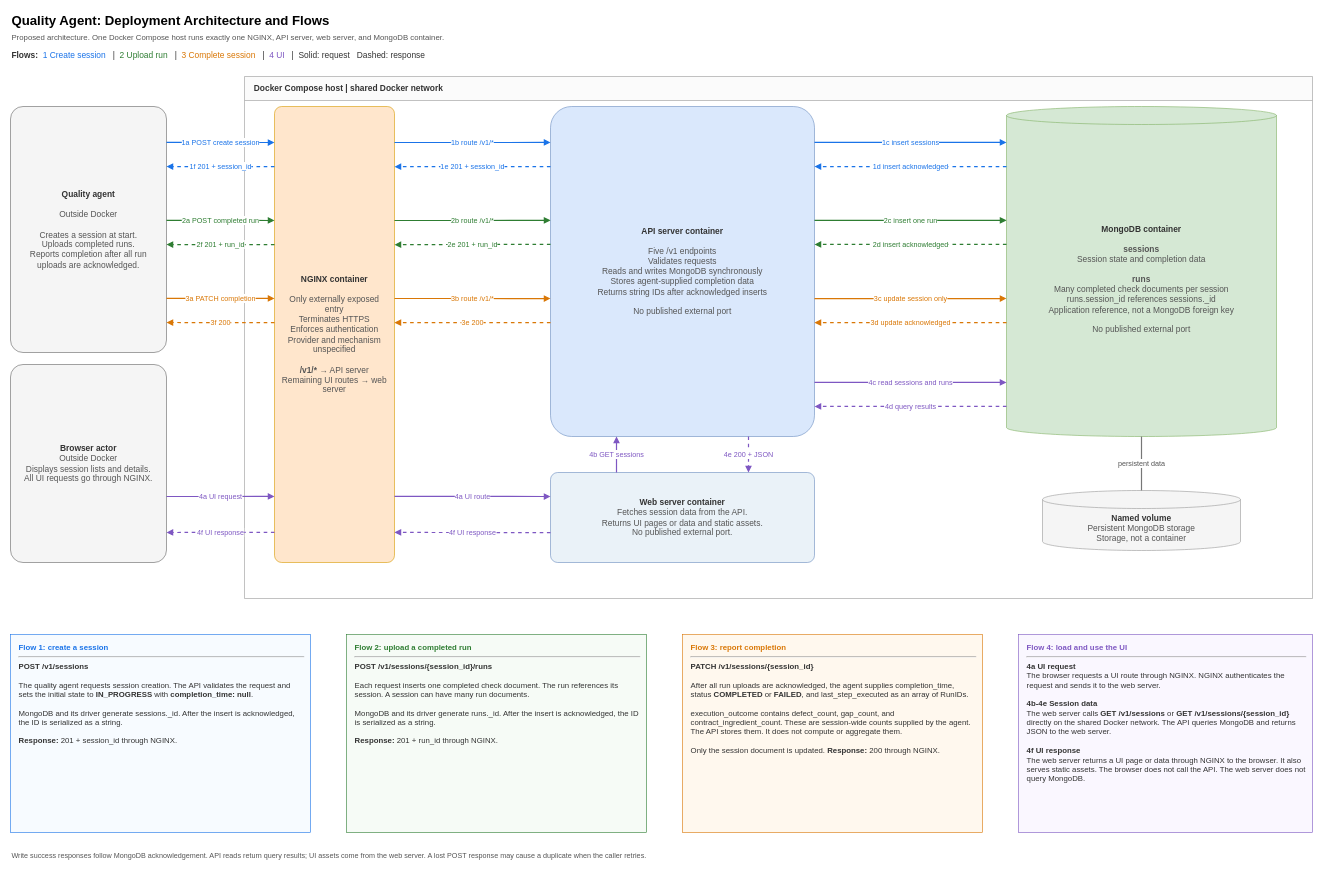
Above: page "2. Deployment Architecture and Flows" (2 of 2) of docs/architecture/quality-agent-architecture.drawio in pradeep-ganesh-21/quality-agent-service (draw.io), before the change. Source tidied: cells renumbered, new cells numbered last; positions are measured from the earlier drawing's top-left corner, leaving out a move shared by most shapes. Both pictures are drawn from the tidied source at 60%, with x=0, y=0 at pixel (10, 10).
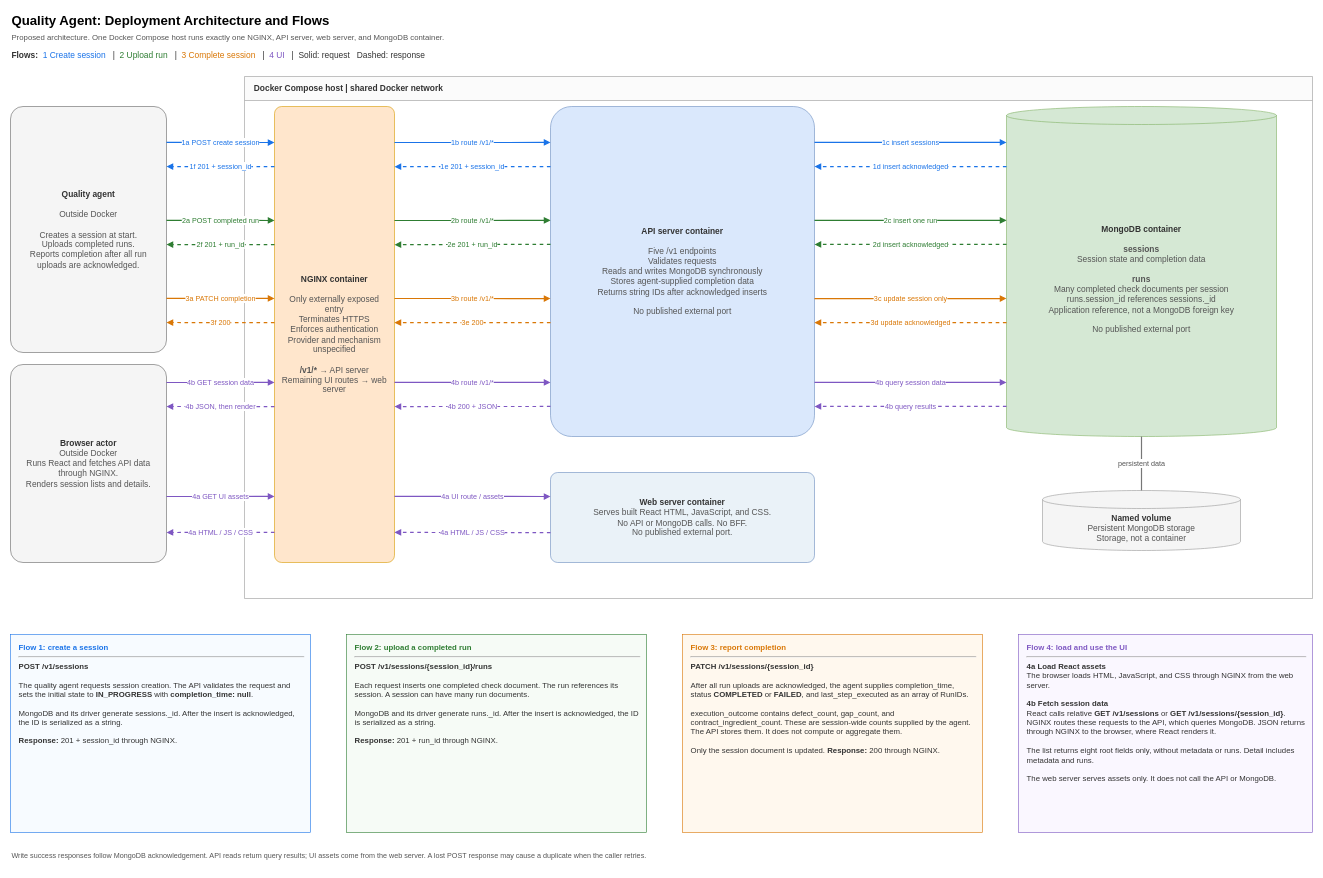
Above is the later version.

Commit message (it also covers changes not shown here):
Updated docs to make frontend directly query API servers for the necessary documents instead of implementing a BFF

Unchanged cells that the change refers to:
```xml
<mxCell id="8" value="&lt;b&gt;NGINX container&lt;/b&gt;&lt;br&gt;&lt;br&gt;&lt;font color=&quot;#555555&quot;&gt;Only externally exposed entry&lt;br&gt;Terminates HTTPS&lt;br&gt;Enforces authentication&lt;br&gt;Provider and mechanism unspecified&lt;br&gt;&lt;br&gt;&lt;b&gt;/v1/*&lt;/b&gt; → API server&lt;br&gt;Remaining UI routes → web server&lt;/font&gt;" style="rounded=1;whiteSpace=wrap;html=1;fillColor=#ffe6cc;strokeColor=#d79b00;align=center;verticalAlign=middle;fontSize=14;arcSize=6;fontColor=#333333;fontFamily=Helvetica;shadow=0;spacing=12;" parent="1" vertex="1">
  <mxGeometry x="440" y="160" width="200" height="760" as="geometry" />
</mxCell>
<mxCell id="9" value="&lt;b&gt;API server container&lt;/b&gt;&lt;br&gt;&lt;br&gt;&lt;font color=&quot;#555555&quot;&gt;Five /v1 endpoints&lt;br&gt;Validates requests&lt;br&gt;Reads and writes MongoDB synchronously&lt;br&gt;Stores agent-supplied completion data&lt;br&gt;Returns string IDs after acknowledged inserts&lt;br&gt;&lt;br&gt;No published external port&lt;/font&gt;" style="rounded=1;whiteSpace=wrap;html=1;fillColor=#dae8fc;strokeColor=#6c8ebf;align=center;verticalAlign=middle;fontSize=14;arcSize=8;fontColor=#333333;fontFamily=Helvetica;shadow=0;spacing=12;" parent="1" vertex="1">
  <mxGeometry x="900" y="160" width="440" height="550" as="geometry" />
</mxCell>
<mxCell id="10" value="&lt;b&gt;MongoDB container&lt;/b&gt;&lt;br&gt;&lt;br&gt;&lt;font color=&quot;#555555&quot;&gt;&lt;b&gt;sessions&lt;/b&gt;&lt;br&gt;Session state and completion data&lt;br&gt;&lt;br&gt;&lt;b&gt;runs&lt;/b&gt;&lt;br&gt;Many completed check documents per session&lt;br&gt;runs.session_id references sessions._id&lt;br&gt;Application reference, not a MongoDB foreign key&lt;br&gt;&lt;br&gt;No published external port&lt;/font&gt;" style="shape=cylinder3;boundedLbl=1;backgroundOutline=1;size=15;whiteSpace=wrap;html=1;fillColor=#d5e8d4;strokeColor=#82b366;align=center;verticalAlign=middle;fontSize=14;fontColor=#333333;fontFamily=Helvetica;shadow=0;spacing=12;" parent="1" vertex="1">
  <mxGeometry x="1660" y="160" width="450" height="550" as="geometry" />
</mxCell>
```

Change to the diagram source:
```diff
@@
-    <mxCell id="7" value="&lt;b&gt;Browser actor&lt;/b&gt;&lt;br&gt;&lt;font color=&quot;#555555&quot;&gt;Outside Docker&lt;br&gt;Displays session lists and details.&lt;br&gt;All UI requests go through NGINX.&lt;/font&gt;" style="rounded=1;whiteSpace=wrap;html=1;fillColor=#f5f5f5;strokeColor=#666666;align=center;verticalAlign=middle;fontSize=14;arcSize=8;fontColor=#333333;fontFamily=Helvetica;shadow=0;spacing=10;" parent="1" vertex="1">
+    <mxCell id="7" value="&lt;b&gt;Browser actor&lt;/b&gt;&lt;br&gt;&lt;font color=&quot;#555555&quot;&gt;Outside Docker&lt;br&gt;Runs React and fetches API data through NGINX.&lt;br&gt;Renders session lists and details.&lt;/font&gt;" style="rounded=1;whiteSpace=wrap;html=1;fillColor=#f5f5f5;strokeColor=#666666;align=center;verticalAlign=middle;fontSize=14;arcSize=8;fontColor=#333333;fontFamily=Helvetica;shadow=0;spacing=10;" parent="1" vertex="1">
       <mxGeometry y="590" width="260" height="330" as="geometry" />
     </mxCell>
@@
-    <mxCell id="11" value="&lt;b&gt;Web server container&lt;/b&gt;&lt;br&gt;&lt;font color=&quot;#555555&quot;&gt;Fetches session data from the API.&lt;br&gt;Returns UI pages or data and static assets.&lt;br&gt;No published external port.&lt;/font&gt;" style="rounded=1;whiteSpace=wrap;html=1;fillColor=#eaf2f8;strokeColor=#6c8ebf;align=center;verticalAlign=middle;fontSize=14;arcSize=8;fontColor=#333333;fontFamily=Helvetica;shadow=0;spacing=10;" parent="1" vertex="1">
+    <mxCell id="11" value="&lt;b&gt;Web server container&lt;/b&gt;&lt;br&gt;&lt;font color=&quot;#555555&quot;&gt;Serves built React HTML, JavaScript, and CSS.&lt;br&gt;No API or MongoDB calls. No BFF.&lt;br&gt;No published external port.&lt;/font&gt;" style="rounded=1;whiteSpace=wrap;html=1;fillColor=#eaf2f8;strokeColor=#6c8ebf;align=center;verticalAlign=middle;fontSize=14;arcSize=8;fontColor=#333333;fontFamily=Helvetica;shadow=0;spacing=10;" parent="1" vertex="1">
       <mxGeometry x="900" y="770" width="440" height="150" as="geometry" />
     </mxCell>
@@
-    <mxCell id="16" value="&lt;b&gt;&lt;font color=&quot;#7e57c2&quot;&gt;Flow 4: load and use the UI&lt;/font&gt;&lt;/b&gt;&lt;hr&gt;&lt;b&gt;4a UI request&lt;/b&gt;&lt;br&gt;The browser requests a UI route through NGINX. NGINX authenticates the request and sends it to the web server.&lt;br&gt;&lt;br&gt;&lt;b&gt;4b-4e Session data&lt;/b&gt;&lt;br&gt;The web server calls &lt;b&gt;GET /v1/sessions&lt;/b&gt; or &lt;b&gt;GET /v1/sessions/{session_id}&lt;/b&gt; directly on the shared Docker network. The API queries MongoDB and returns JSON to the web server.&lt;br&gt;&lt;br&gt;&lt;b&gt;4f UI response&lt;/b&gt;&lt;br&gt;The web server returns a UI page or data through NGINX to the browser. It also serves static assets. The browser does not call the API. The web server does not query MongoDB." style="rounded=0;whiteSpace=wrap;html=1;fillColor=#faf7ff;strokeColor=#7e57c2;align=left;verticalAlign=top;spacingLeft=12;spacingRight=10;spacingTop=8;fontSize=13;fontColor=#333333;fontFamily=Helvetica;shadow=0;" parent="1" vertex="1">
+    <mxCell id="16" value="&lt;b&gt;&lt;font color=&quot;#7e57c2&quot;&gt;Flow 4: load and use the UI&lt;/font&gt;&lt;/b&gt;&lt;hr&gt;&lt;b&gt;4a Load React assets&lt;/b&gt;&lt;br&gt;The browser loads HTML, JavaScript, and CSS through NGINX from the web server.&lt;br&gt;&lt;br&gt;&lt;b&gt;4b Fetch session data&lt;/b&gt;&lt;br&gt;React calls relative &lt;b&gt;GET /v1/sessions&lt;/b&gt; or &lt;b&gt;GET /v1/sessions/{session_id}&lt;/b&gt;. NGINX routes these requests to the API, which queries MongoDB. JSON returns through NGINX to the browser, where React renders it.&lt;br&gt;&lt;br&gt;The list returns eight root fields only, without metadata or runs. Detail includes metadata and runs.&lt;br&gt;&lt;br&gt;The web server serves assets only. It does not call the API or MongoDB." style="rounded=0;whiteSpace=wrap;html=1;fillColor=#faf7ff;strokeColor=#7e57c2;align=left;verticalAlign=top;spacingLeft=12;spacingRight=10;spacingTop=8;fontSize=13;fontColor=#333333;fontFamily=Helvetica;shadow=0;" parent="1" vertex="1">
       <mxGeometry x="1680" y="1040" width="490" height="330" as="geometry" />
     </mxCell>
@@
-    <mxCell id="36" value="4b GET sessions" style="edgeStyle=orthogonalEdgeStyle;rounded=0;html=1;fontSize=12;labelBackgroundColor=#ffffff;strokeColor=#7e57c2;strokeWidth=2;exitX=0.25;exitY=0;entryX=0.25;entryY=1;endArrow=block;endFill=1;fontColor=#7e57c2;fontFamily=Helvetica;shadow=0;" parent="1" edge="1" source="11" target="9">
-      <mxGeometry relative="1" as="geometry" />
-    </mxCell>
+    <mxCell id="45" value="4b GET session data" style="edgeStyle=orthogonalEdgeStyle;rounded=0;html=1;fontSize=12;labelBackgroundColor=#ffffff;strokeColor=#7e57c2;strokeWidth=2;exitX=1;exitY=0.0909;entryX=0;entryY=0.605;endArrow=block;endFill=1;fontColor=#7e57c2;fontFamily=Helvetica;shadow=0;" parent="1" edge="1" source="7" target="8">
+      <mxGeometry relative="1" as="geometry" />
+    </mxCell>
+    <mxCell id="46" value="4b route /v1/*" style="edgeStyle=orthogonalEdgeStyle;rounded=0;html=1;fontSize=12;labelBackgroundColor=#ffffff;strokeColor=#7e57c2;strokeWidth=2;exitX=1;exitY=0.605;entryX=0;entryY=0.836;endArrow=block;endFill=1;fontColor=#7e57c2;fontFamily=Helvetica;shadow=0;" parent="1" edge="1" source="8" target="9">
+      <mxGeometry relative="1" as="geometry" />
+    </mxCell>
-    <mxCell id="37" value="4c read sessions and runs" style="edgeStyle=orthogonalEdgeStyle;rounded=0;html=1;fontSize=12;labelBackgroundColor=#ffffff;strokeColor=#7e57c2;strokeWidth=2;exitX=1;exitY=0.836;entryX=0;entryY=0.836;endArrow=block;endFill=1;fontColor=#7e57c2;fontFamily=Helvetica;shadow=0;" parent="1" edge="1" source="9" target="10">
+    <mxCell id="37" value="4b query session data" style="edgeStyle=orthogonalEdgeStyle;rounded=0;html=1;fontSize=12;labelBackgroundColor=#ffffff;strokeColor=#7e57c2;strokeWidth=2;exitX=1;exitY=0.836;entryX=0;entryY=0.836;endArrow=block;endFill=1;fontColor=#7e57c2;fontFamily=Helvetica;shadow=0;" parent="1" edge="1" source="9" target="10">
       <mxGeometry relative="1" as="geometry" />
     </mxCell>
-    <mxCell id="38" value="4d query results" style="edgeStyle=orthogonalEdgeStyle;rounded=0;html=1;fontSize=12;labelBackgroundColor=#ffffff;strokeColor=#7e57c2;strokeWidth=2;dashed=1;exitX=0;exitY=0.909;entryX=1;entryY=0.909;endArrow=block;endFill=1;fontColor=#7e57c2;fontFamily=Helvetica;shadow=0;" parent="1" edge="1" source="10" target="9">
+    <mxCell id="38" value="4b query results" style="edgeStyle=orthogonalEdgeStyle;rounded=0;html=1;fontSize=12;labelBackgroundColor=#ffffff;strokeColor=#7e57c2;strokeWidth=2;dashed=1;exitX=0;exitY=0.909;entryX=1;entryY=0.909;endArrow=block;endFill=1;fontColor=#7e57c2;fontFamily=Helvetica;shadow=0;" parent="1" edge="1" source="10" target="9">
       <mxGeometry relative="1" as="geometry" />
     </mxCell>
-    <mxCell id="39" value="4e 200 + JSON" style="edgeStyle=orthogonalEdgeStyle;rounded=0;html=1;fontSize=12;labelBackgroundColor=#ffffff;strokeColor=#7e57c2;strokeWidth=2;dashed=1;exitX=0.75;exitY=1;entryX=0.75;entryY=0;endArrow=block;endFill=1;fontColor=#7e57c2;fontFamily=Helvetica;shadow=0;" parent="1" edge="1" source="9" target="11">
-      <mxGeometry relative="1" as="geometry" />
-    </mxCell>
+    <mxCell id="47" value="4b 200 + JSON" style="edgeStyle=orthogonalEdgeStyle;rounded=0;html=1;fontSize=12;labelBackgroundColor=#ffffff;strokeColor=#7e57c2;strokeWidth=2;dashed=1;exitX=0;exitY=0.909;entryX=1;entryY=0.658;endArrow=block;endFill=1;fontColor=#7e57c2;fontFamily=Helvetica;shadow=0;" parent="1" edge="1" source="9" target="8">
+      <mxGeometry relative="1" as="geometry" />
+    </mxCell>
+    <mxCell id="48" value="4b JSON, then render" style="edgeStyle=orthogonalEdgeStyle;rounded=0;html=1;fontSize=12;labelBackgroundColor=#ffffff;strokeColor=#7e57c2;strokeWidth=2;dashed=1;exitX=0;exitY=0.658;entryX=1;entryY=0.2121;endArrow=block;endFill=1;fontColor=#7e57c2;fontFamily=Helvetica;shadow=0;" parent="1" edge="1" source="8" target="7">
+      <mxGeometry relative="1" as="geometry" />
+    </mxCell>
-    <mxCell id="40" value="4a UI request" style="edgeStyle=orthogonalEdgeStyle;rounded=0;html=1;fontSize=12;labelBackgroundColor=#ffffff;strokeColor=#7e57c2;strokeWidth=2;exitX=1;exitY=0.6667;entryX=0;entryY=0.855;endArrow=block;endFill=1;fontColor=#7e57c2;fontFamily=Helvetica;shadow=0;" parent="1" edge="1" source="7" target="8">
+    <mxCell id="40" value="4a GET UI assets" style="edgeStyle=orthogonalEdgeStyle;rounded=0;html=1;fontSize=12;labelBackgroundColor=#ffffff;strokeColor=#7e57c2;strokeWidth=2;exitX=1;exitY=0.6667;entryX=0;entryY=0.855;endArrow=block;endFill=1;fontColor=#7e57c2;fontFamily=Helvetica;shadow=0;" parent="1" edge="1" source="7" target="8">
       <mxGeometry relative="1" as="geometry" />
     </mxCell>
-    <mxCell id="41" value="4a UI route" style="edgeStyle=orthogonalEdgeStyle;rounded=0;html=1;fontSize=12;labelBackgroundColor=#ffffff;strokeColor=#7e57c2;strokeWidth=2;exitX=1;exitY=0.855;entryX=0;entryY=0.267;endArrow=block;endFill=1;fontColor=#7e57c2;fontFamily=Helvetica;shadow=0;" parent="1" edge="1" source="8" target="11">
+    <mxCell id="41" value="4a UI route / assets" style="edgeStyle=orthogonalEdgeStyle;rounded=0;html=1;fontSize=12;labelBackgroundColor=#ffffff;strokeColor=#7e57c2;strokeWidth=2;exitX=1;exitY=0.855;entryX=0;entryY=0.267;endArrow=block;endFill=1;fontColor=#7e57c2;fontFamily=Helvetica;shadow=0;" parent="1" edge="1" source="8" target="11">
       <mxGeometry relative="1" as="geometry" />
     </mxCell>
-    <mxCell id="42" value="4f UI response" style="edgeStyle=orthogonalEdgeStyle;rounded=0;html=1;fontSize=12;labelBackgroundColor=#ffffff;strokeColor=#7e57c2;strokeWidth=2;dashed=1;exitX=0;exitY=0.667;entryX=1;entryY=0.934;endArrow=block;endFill=1;fontColor=#7e57c2;fontFamily=Helvetica;shadow=0;" parent="1" edge="1" source="11" target="8">
+    <mxCell id="42" value="4a HTML / JS / CSS" style="edgeStyle=orthogonalEdgeStyle;rounded=0;html=1;fontSize=12;labelBackgroundColor=#ffffff;strokeColor=#7e57c2;strokeWidth=2;dashed=1;exitX=0;exitY=0.667;entryX=1;entryY=0.934;endArrow=block;endFill=1;fontColor=#7e57c2;fontFamily=Helvetica;shadow=0;" parent="1" edge="1" source="11" target="8">
       <mxGeometry relative="1" as="geometry" />
     </mxCell>
-    <mxCell id="43" value="4f UI response" style="edgeStyle=orthogonalEdgeStyle;rounded=0;html=1;fontSize=12;labelBackgroundColor=#ffffff;strokeColor=#7e57c2;strokeWidth=2;dashed=1;exitX=0;exitY=0.934;entryX=1;entryY=0.8485;endArrow=block;endFill=1;fontColor=#7e57c2;fontFamily=Helvetica;shadow=0;" parent="1" edge="1" source="8" target="7">
+    <mxCell id="43" value="4a HTML / JS / CSS" style="edgeStyle=orthogonalEdgeStyle;rounded=0;html=1;fontSize=12;labelBackgroundColor=#ffffff;strokeColor=#7e57c2;strokeWidth=2;dashed=1;exitX=0;exitY=0.934;entryX=1;entryY=0.8485;endArrow=block;endFill=1;fontColor=#7e57c2;fontFamily=Helvetica;shadow=0;" parent="1" edge="1" source="8" target="7">
       <mxGeometry relative="1" as="geometry" />
     </mxCell>
```
